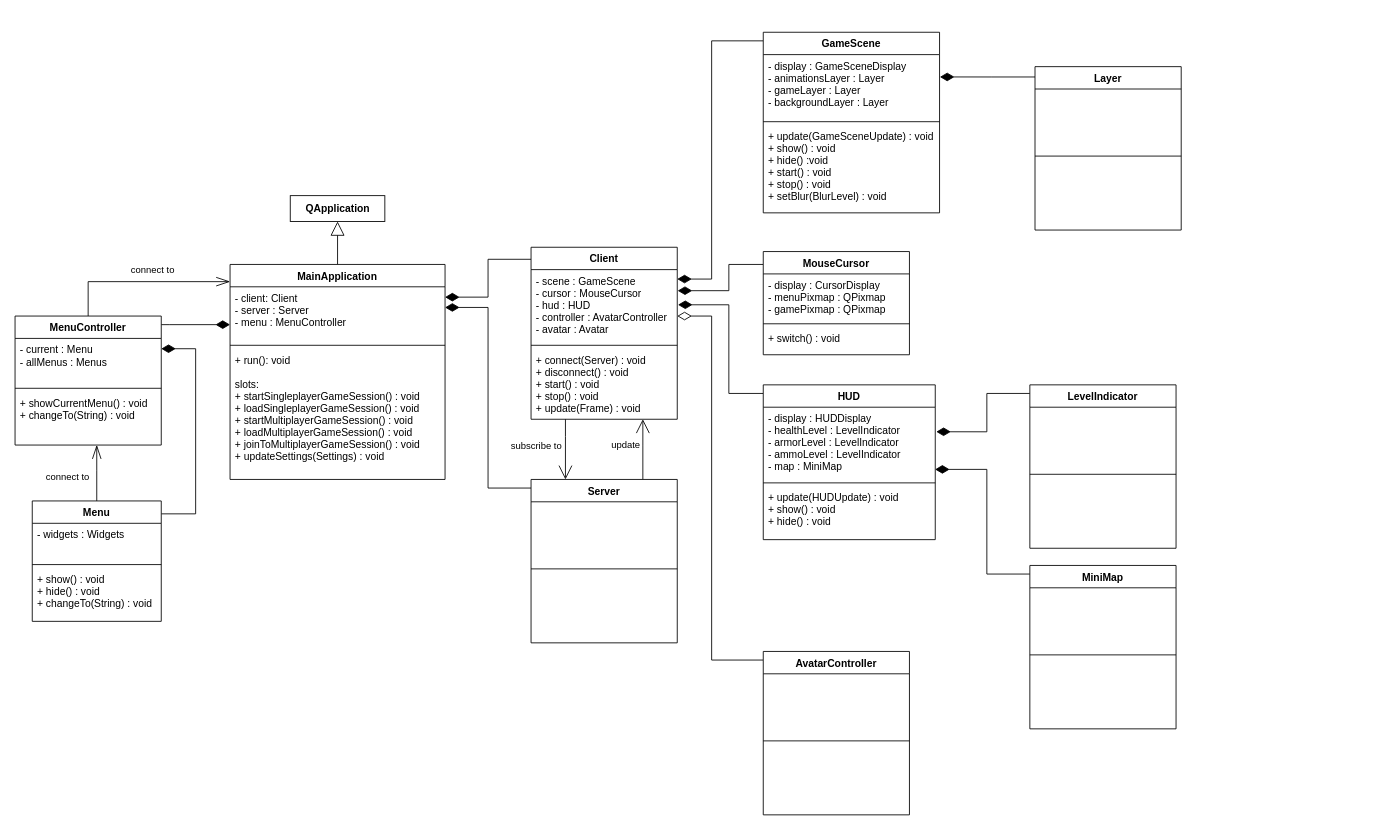
The draw.io diagram doc/class_diagram.drawio in TadekBiela/heisttown, before the edit. Source tidied: cells renumbered, new cells numbered last; positions are measured from the earlier drawing's top-left corner, leaving out a move shared by most shapes. Both pictures are drawn from the tidied source at 86%, with x=0, y=0 at pixel (15, 32).
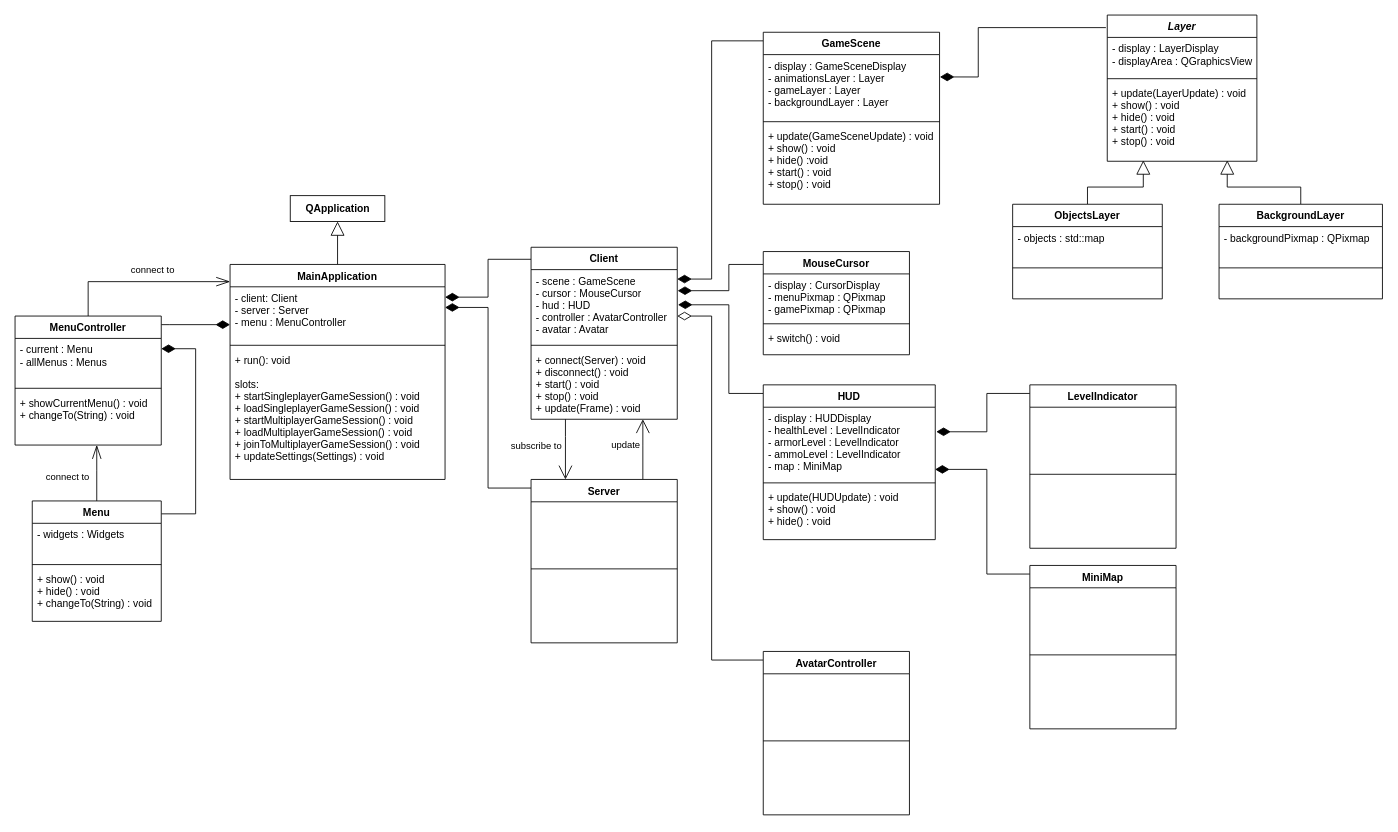
After the change.

Commit message:
Add Layers hierarchy to class diagram

Unchanged cells that the change refers to:
```xml
<mxCell id="36" value="- display : GameSceneDisplay&#10;- animationsLayer : Layer&#10;- gameLayer : Layer&#10;- backgroundLayer : Layer&#10;" style="text;strokeColor=none;fillColor=none;align=left;verticalAlign=top;spacingLeft=4;spacingRight=4;overflow=hidden;points=[[0,0.5],[1,0.5]];portConstraint=eastwest;" parent="35" vertex="1">
  <mxGeometry y="26" width="205" height="74" as="geometry" />
</mxCell>
```

Diff of the diagram source:
```diff
@@
     <mxCell id="35" value="GameScene" style="swimlane;fontStyle=1;align=center;verticalAlign=top;horizontal=1;startSize=26;" parent="1" vertex="1">
-      <mxGeometry x="870" width="205" height="210" as="geometry" />
+      <mxGeometry x="870" width="205" height="200" as="geometry" />
     </mxCell>
@@
-    <mxCell id="38" value="+ update(GameSceneUpdate) : void&#10;+ show() : void&#10;+ hide() :void&#10;+ start() : void&#10;+ stop() : void&#10;+ setBlur(BlurLevel) : void&#10;&#10;" style="text;strokeColor=none;fillColor=none;align=left;verticalAlign=top;spacingLeft=4;spacingRight=4;overflow=hidden;" parent="35" vertex="1">
-      <mxGeometry y="108" width="205" height="102" as="geometry" />
+    <mxCell id="38" value="+ update(GameSceneUpdate) : void&#10;+ show() : void&#10;+ hide() :void&#10;+ start() : void&#10;+ stop() : void&#10;" style="text;strokeColor=none;fillColor=none;align=left;verticalAlign=top;spacingLeft=4;spacingRight=4;overflow=hidden;" parent="35" vertex="1">
+      <mxGeometry y="108" width="205" height="92" as="geometry" />
     </mxCell>
@@
-    <mxCell id="65" style="edgeStyle=orthogonalEdgeStyle;rounded=0;jettySize=auto;html=1;entryX=1.002;entryY=0.351;entryDx=0;entryDy=0;entryPerimeter=0;endArrow=diamondThin;endFill=1;endSize=14;" parent="1" edge="1" source="66" target="36">
+    <mxCell id="65" style="edgeStyle=orthogonalEdgeStyle;rounded=0;jettySize=auto;html=1;entryX=1.002;entryY=0.351;entryDx=0;entryDy=0;entryPerimeter=0;endArrow=diamondThin;endFill=1;endSize=14;exitX=-0.009;exitY=0.086;exitDx=0;exitDy=0;exitPerimeter=0;" parent="1" edge="1" source="66" target="36">
       <mxGeometry relative="1" as="geometry">
         <Array as="points">
-          <mxPoint x="1135" y="52" />
-          <mxPoint x="1135" y="52" />
+          <mxPoint x="1120" y="-5" />
+          <mxPoint x="1120" y="52" />
         </Array>
       </mxGeometry>
     </mxCell>
-    <mxCell id="66" value="Layer" style="swimlane;fontStyle=1;align=center;verticalAlign=top;horizontal=1;startSize=26;" parent="1" vertex="1">
-      <mxGeometry x="1186" y="40" width="170" height="190" as="geometry" />
+    <mxCell id="66" value="Layer" style="swimlane;fontStyle=3;align=center;verticalAlign=top;horizontal=1;startSize=26;" parent="1" vertex="1">
+      <mxGeometry x="1270" y="-20" width="174" height="170" as="geometry" />
     </mxCell>
-    <mxCell id="67" value="&#10;&#10;&#10;&#10;" style="text;strokeColor=none;fillColor=none;align=left;verticalAlign=top;spacingLeft=4;spacingRight=4;overflow=hidden;" parent="66" vertex="1">
-      <mxGeometry y="26" width="170" height="74" as="geometry" />
+    <mxCell id="67" value="- display : LayerDisplay&#10;- displayArea : QGraphicsView&#10;" style="text;strokeColor=none;fillColor=none;align=left;verticalAlign=top;spacingLeft=4;spacingRight=4;overflow=hidden;" parent="66" vertex="1">
+      <mxGeometry y="26" width="174" height="44" as="geometry" />
     </mxCell>
     <mxCell id="68" style="line;strokeWidth=1;fillColor=none;align=left;verticalAlign=middle;spacingTop=-1;spacingLeft=3;spacingRight=3;labelPosition=right;" parent="66" vertex="1">
-      <mxGeometry y="100" width="170" height="8" as="geometry" />
+      <mxGeometry y="70" width="174" height="8" as="geometry" />
     </mxCell>
-    <mxCell id="69" value="&#10;&#10;&#10;" style="text;strokeColor=none;fillColor=none;align=left;verticalAlign=top;spacingLeft=4;spacingRight=4;overflow=hidden;points=[[0,0.5],[1,0.5]];portConstraint=eastwest;" parent="66" vertex="1">
-      <mxGeometry y="108" width="170" height="82" as="geometry" />
+    <mxCell id="69" value="+ update(LayerUpdate) : void&#10;+ show() : void&#10;+ hide() : void&#10;+ start() : void&#10;+ stop() : void" style="text;strokeColor=none;fillColor=none;align=left;verticalAlign=top;spacingLeft=4;spacingRight=4;overflow=hidden;points=[[0,0.5],[1,0.5]];portConstraint=eastwest;" parent="66" vertex="1">
+      <mxGeometry y="78" width="174" height="92" as="geometry" />
     </mxCell>
+    <mxCell id="70" style="edgeStyle=orthogonalEdgeStyle;rounded=0;jettySize=auto;html=1;entryX=0.241;entryY=0.989;entryDx=0;entryDy=0;entryPerimeter=0;endArrow=block;endFill=0;endSize=14;" parent="1" edge="1" source="71" target="69">
+      <mxGeometry relative="1" as="geometry" />
+    </mxCell>
+    <mxCell id="71" value="ObjectsLayer" style="swimlane;fontStyle=1;align=center;verticalAlign=top;horizontal=1;startSize=26;" parent="1" vertex="1">
+      <mxGeometry x="1160" y="200" width="174" height="110" as="geometry" />
+    </mxCell>
+    <mxCell id="72" value="- objects : std::map&#10;" style="text;strokeColor=none;fillColor=none;align=left;verticalAlign=top;spacingLeft=4;spacingRight=4;overflow=hidden;" parent="71" vertex="1">
+      <mxGeometry y="26" width="174" height="44" as="geometry" />
+    </mxCell>
+    <mxCell id="73" style="line;strokeWidth=1;fillColor=none;align=left;verticalAlign=middle;spacingTop=-1;spacingLeft=3;spacingRight=3;labelPosition=right;" parent="71" vertex="1">
+      <mxGeometry y="70" width="174" height="8" as="geometry" />
+    </mxCell>
+    <mxCell id="74" value=" " style="text;strokeColor=none;fillColor=none;align=left;verticalAlign=top;spacingLeft=4;spacingRight=4;overflow=hidden;" parent="71" vertex="1">
+      <mxGeometry y="78" width="174" height="32" as="geometry" />
+    </mxCell>
+    <mxCell id="75" style="edgeStyle=orthogonalEdgeStyle;rounded=0;jettySize=auto;html=1;entryX=0.802;entryY=0.989;entryDx=0;entryDy=0;entryPerimeter=0;endArrow=block;endFill=0;endSize=14;" parent="1" edge="1" source="76" target="69">
+      <mxGeometry relative="1" as="geometry" />
+    </mxCell>
+    <mxCell id="76" value="BackgroundLayer" style="swimlane;fontStyle=1;align=center;verticalAlign=top;horizontal=1;startSize=26;" parent="1" vertex="1">
+      <mxGeometry x="1400" y="200" width="190" height="110" as="geometry" />
+    </mxCell>
+    <mxCell id="77" value="- backgroundPixmap : QPixmap" style="text;strokeColor=none;fillColor=none;align=left;verticalAlign=top;spacingLeft=4;spacingRight=4;overflow=hidden;" parent="76" vertex="1">
+      <mxGeometry y="26" width="190" height="44" as="geometry" />
+    </mxCell>
+    <mxCell id="78" style="line;strokeWidth=1;fillColor=none;align=left;verticalAlign=middle;spacingTop=-1;spacingLeft=3;spacingRight=3;labelPosition=right;" parent="76" vertex="1">
+      <mxGeometry y="70" width="190" height="8" as="geometry" />
+    </mxCell>
+    <mxCell id="79" value="  " style="text;strokeColor=none;fillColor=none;align=left;verticalAlign=top;spacingLeft=4;spacingRight=4;overflow=hidden;" parent="76" vertex="1">
+      <mxGeometry y="78" width="190" height="32" as="geometry" />
+    </mxCell>
```
